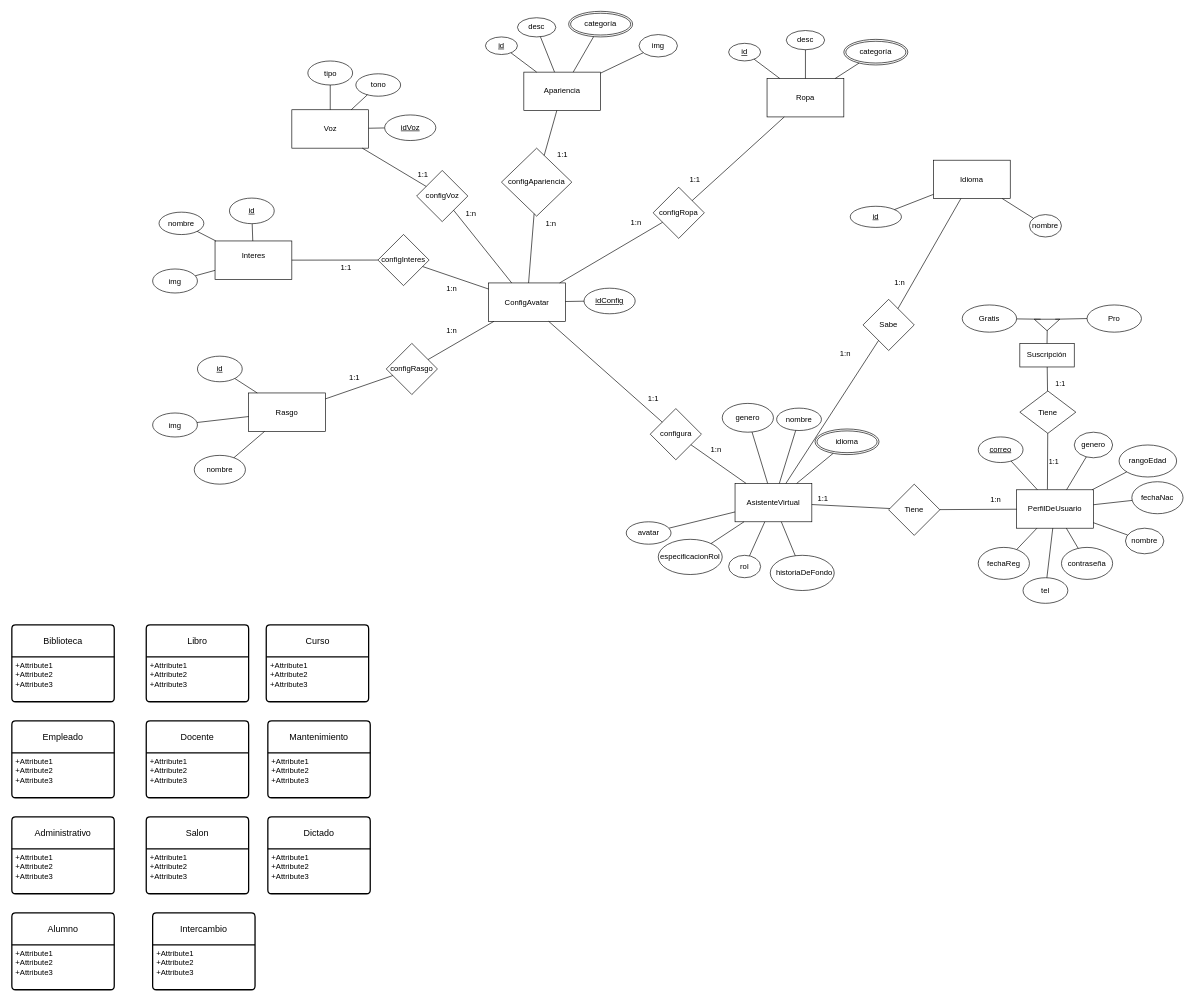
guicod3r/codeFacultad keeps this draw.io diagram as Untitled Diagram.drawio. Above is the earlier version. Source tidied: cells renumbered, new cells numbered last; positions are measured from the earlier drawing's top-left corner, leaving out a move shared by most shapes. Both pictures are drawn from the tidied source at 64%, with x=0, y=0 at pixel (12, 11).
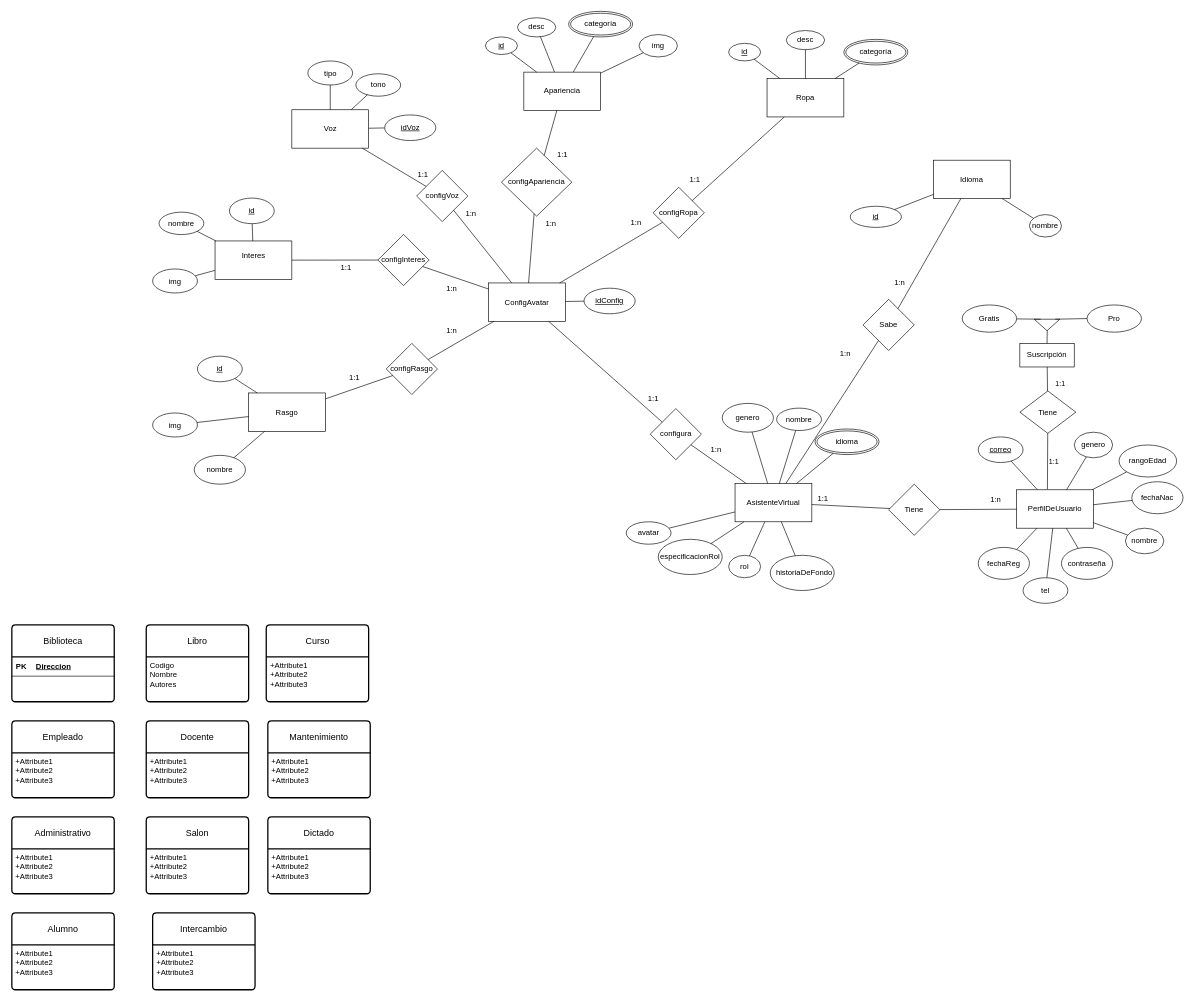
Above is the later version.

The change refers to these unchanged cells:
```xml
<mxCell id="129" value="Biblioteca" style="swimlane;horizontal=1;startSize=50;rounded=1;fontSize=14;fontStyle=0;strokeWidth=2;shadow=0;dashed=0;align=center;arcSize=4;whiteSpace=wrap;html=1;" parent="1" vertex="1">
  <mxGeometry y="959" width="160" height="120" as="geometry" />
</mxCell>
<mxCell id="131" value="Libro" style="swimlane;horizontal=1;startSize=50;rounded=1;fontSize=14;fontStyle=0;strokeWidth=2;shadow=0;dashed=0;align=center;arcSize=4;whiteSpace=wrap;html=1;" parent="1" vertex="1">
  <mxGeometry x="210" y="959" width="160" height="120" as="geometry" />
</mxCell>
```

The edit, as a diff of the source:
```diff
@@
-    <mxCell id="130" value="+Attribute1&#10;+Attribute2&#10;+Attribute3" style="align=left;strokeColor=none;fillColor=none;spacingLeft=4;fontSize=12;verticalAlign=top;html=1;" parent="129" vertex="1">
-      <mxGeometry y="50" width="160" height="70" as="geometry" />
-    </mxCell>
+    <mxCell id="151" style="shape=table;startSize=0;childLayout=tableLayout;rowLines=0;fontStyle=0;align=center;strokeColor=none;fillColor=none;" parent="129" vertex="1">
+      <mxGeometry y="50" width="160" height="70" as="geometry" />
+    </mxCell>
+    <mxCell id="152" style="shape=tableRow;horizontal=0;startSize=0;swimlaneHead=0;swimlaneBody=0;fillColor=none;top=0;left=0;right=0;bottom=1;" parent="151" vertex="1">
+      <mxGeometry width="160" height="30" as="geometry" />
+    </mxCell>
+    <mxCell id="153" value="PK" style="shape=partialRectangle;fillColor=none;top=0;left=0;bottom=0;right=0;fontStyle=1;overflow=hidden;whiteSpace=wrap;html=1;" parent="152" vertex="1">
+      <mxGeometry width="30" height="30" as="geometry" />
+    </mxCell>
+    <mxCell id="154" value="Direccion" style="shape=partialRectangle;fillColor=none;top=0;left=0;bottom=0;right=0;align=left;spacingLeft=6;fontStyle=5;overflow=hidden;whiteSpace=wrap;html=1;" parent="152" vertex="1">
+      <mxGeometry x="30" width="130" height="30" as="geometry" />
+    </mxCell>
+    <mxCell id="155" style="edgeStyle=orthogonalEdgeStyle;rounded=0;orthogonalLoop=1;jettySize=auto;html=1;exitX=0.5;exitY=1;exitDx=0;exitDy=0;" parent="129" edge="1" source="151" target="151">
+      <mxGeometry relative="1" as="geometry" />
+    </mxCell>
@@
-    <mxCell id="132" value="+Attribute1&#10;+Attribute2&#10;+Attribute3" style="align=left;strokeColor=none;fillColor=none;spacingLeft=4;fontSize=12;verticalAlign=top;html=1;" parent="131" vertex="1">
+    <mxCell id="132" value="Codigo&lt;div&gt;Nombre&lt;/div&gt;&lt;div&gt;Autores&lt;/div&gt;&lt;div&gt;&lt;br&gt;&lt;/div&gt;" style="align=left;strokeColor=none;fillColor=none;spacingLeft=4;fontSize=12;verticalAlign=top;html=1;" parent="131" vertex="1">
       <mxGeometry y="50" width="160" height="70" as="geometry" />
     </mxCell>
```
